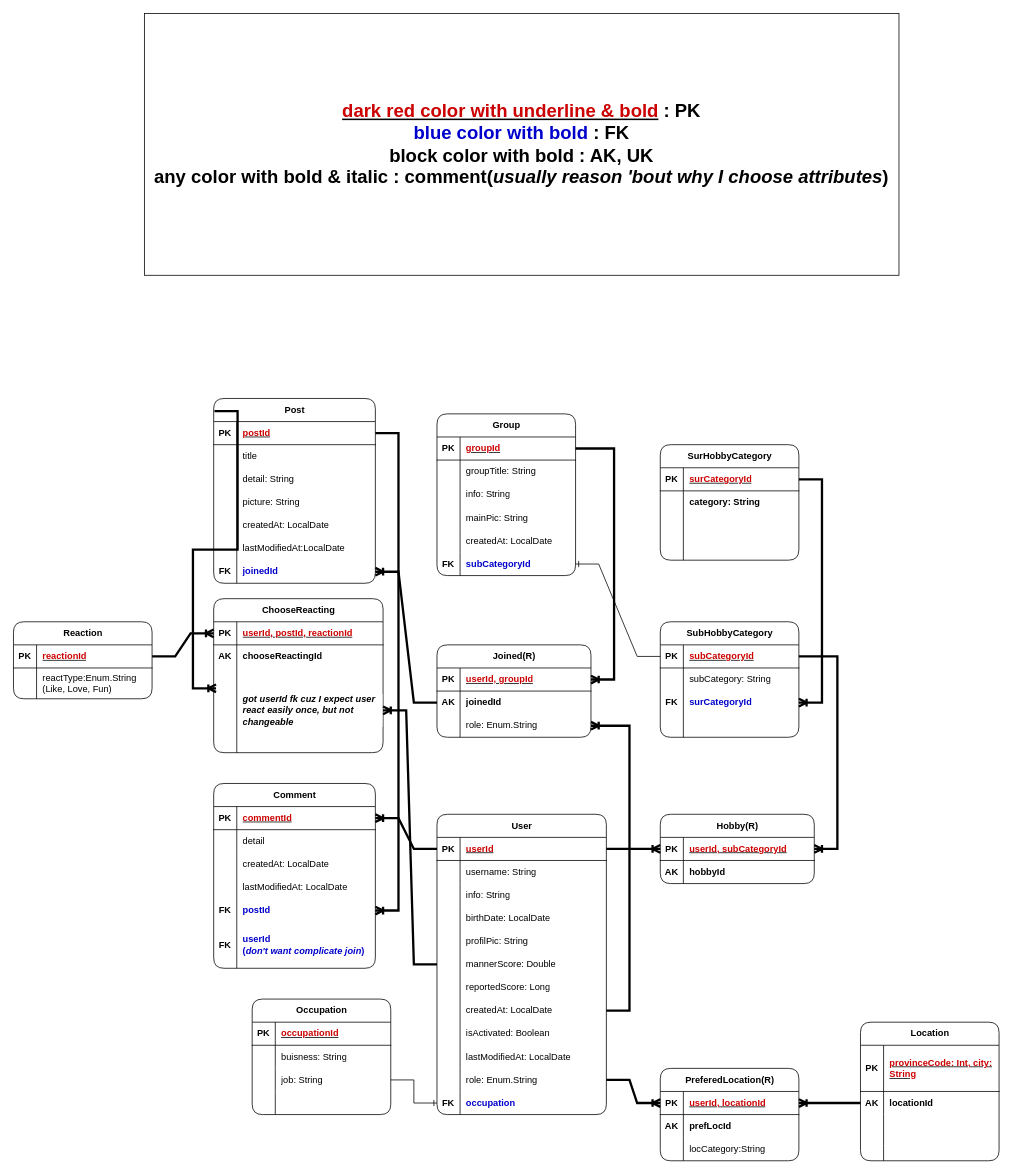
Above: ER-D/Juntísimo conceptual modeling.drawio in rojae1339/juntisimo (draw.io), before the change. Source tidied: cells renumbered, new cells numbered last; positions are measured from the earlier drawing's top-left corner, leaving out a move shared by most shapes. Both pictures are drawn from the tidied source at 77%, with x=0, y=0 at pixel (13, 13).
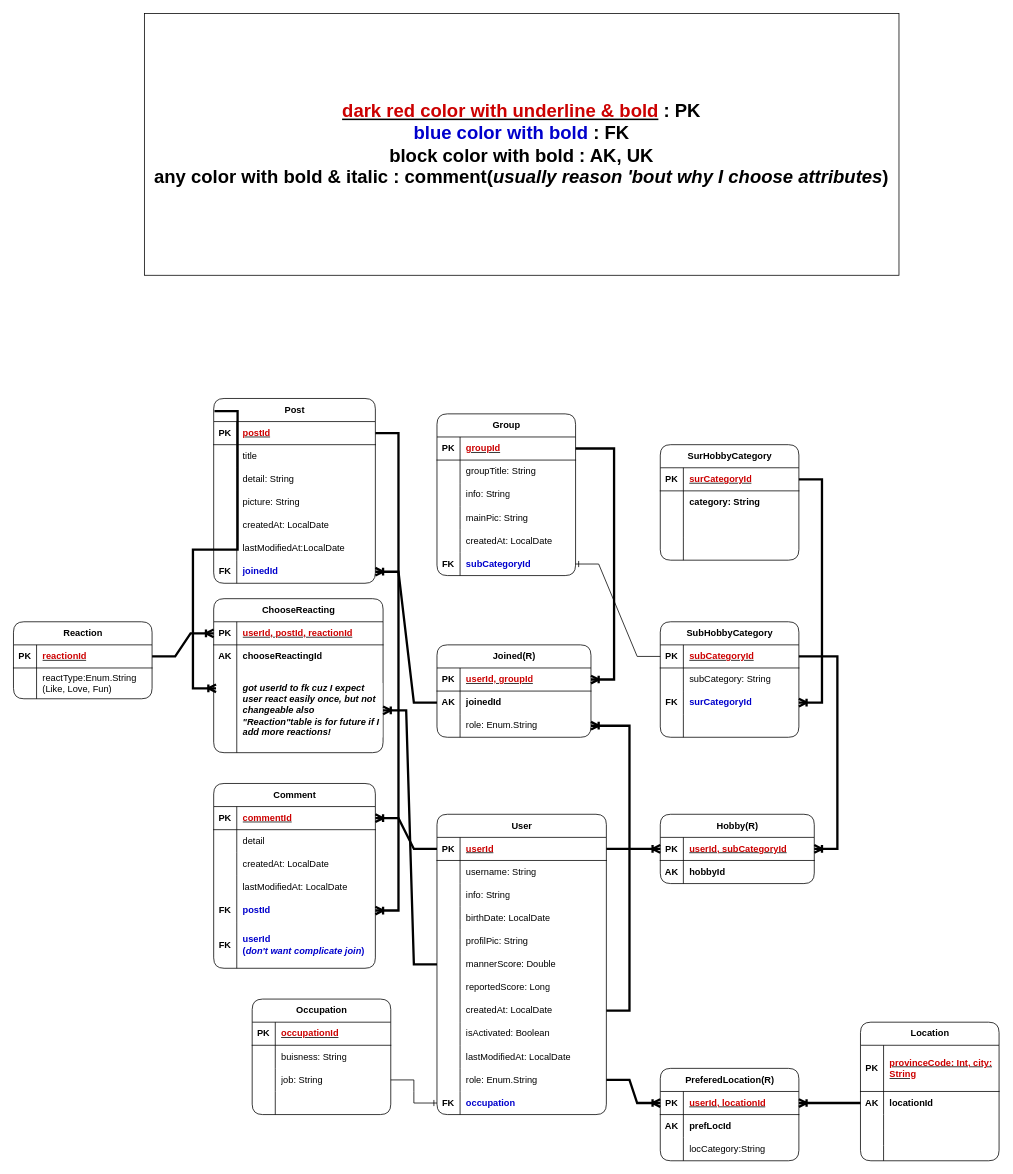
The same page after the edit.

Unchanged cells that the change refers to:
```xml
<mxCell id="207" style="shape=tableRow;horizontal=0;startSize=0;swimlaneHead=0;swimlaneBody=0;fillColor=none;points=[[0,0.5],[1,0.5]];portConstraint=eastwest;top=0;left=0;right=0;bottom=0;rounded=1;strokeColor=default;align=center;verticalAlign=middle;fontFamily=Helvetica;fontSize=12;fontColor=default;fontStyle=1;labelBackgroundColor=default;" parent="200" vertex="1">
  <mxGeometry y="90" width="220" height="110" as="geometry" />
</mxCell>
```

Change to the diagram source:
```diff
@@
-    <mxCell id="209" value="&lt;i&gt;got userId fk cuz I expect user react easily once, but not changeable&lt;/i&gt;" style="shape=partialRectangle;fillColor=none;top=0;left=0;bottom=0;right=0;align=left;spacingLeft=6;overflow=hidden;whiteSpace=wrap;html=1;rounded=1;strokeColor=default;verticalAlign=middle;fontFamily=Helvetica;fontSize=12;fontColor=default;fontStyle=1;labelBackgroundColor=default;" parent="207" vertex="1">
+    <mxCell id="209" value="&lt;i&gt;got userId to fk cuz I expect user react easily once, but not changeable also &quot;Reaction&quot;table is for future if I add more reactions!&lt;/i&gt;" style="shape=partialRectangle;fillColor=none;top=0;left=0;bottom=0;right=0;align=left;spacingLeft=6;overflow=hidden;whiteSpace=wrap;html=1;rounded=1;strokeColor=default;verticalAlign=middle;fontFamily=Helvetica;fontSize=12;fontColor=default;fontStyle=1;labelBackgroundColor=default;" parent="207" vertex="1">
       <mxGeometry x="30" width="190" height="110" as="geometry" />
     </mxCell>
```
